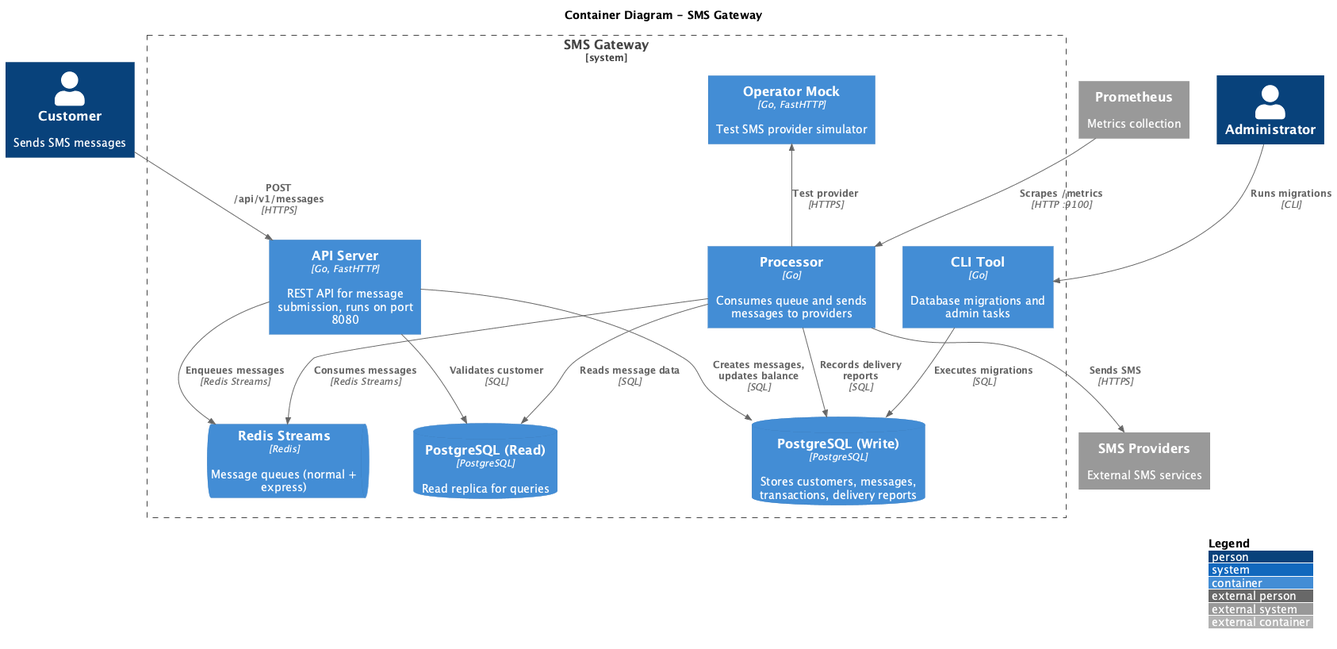
Above: docs/diagrams/02-container.png in nimasrn/sms-gateway (PlantUML), before the change.
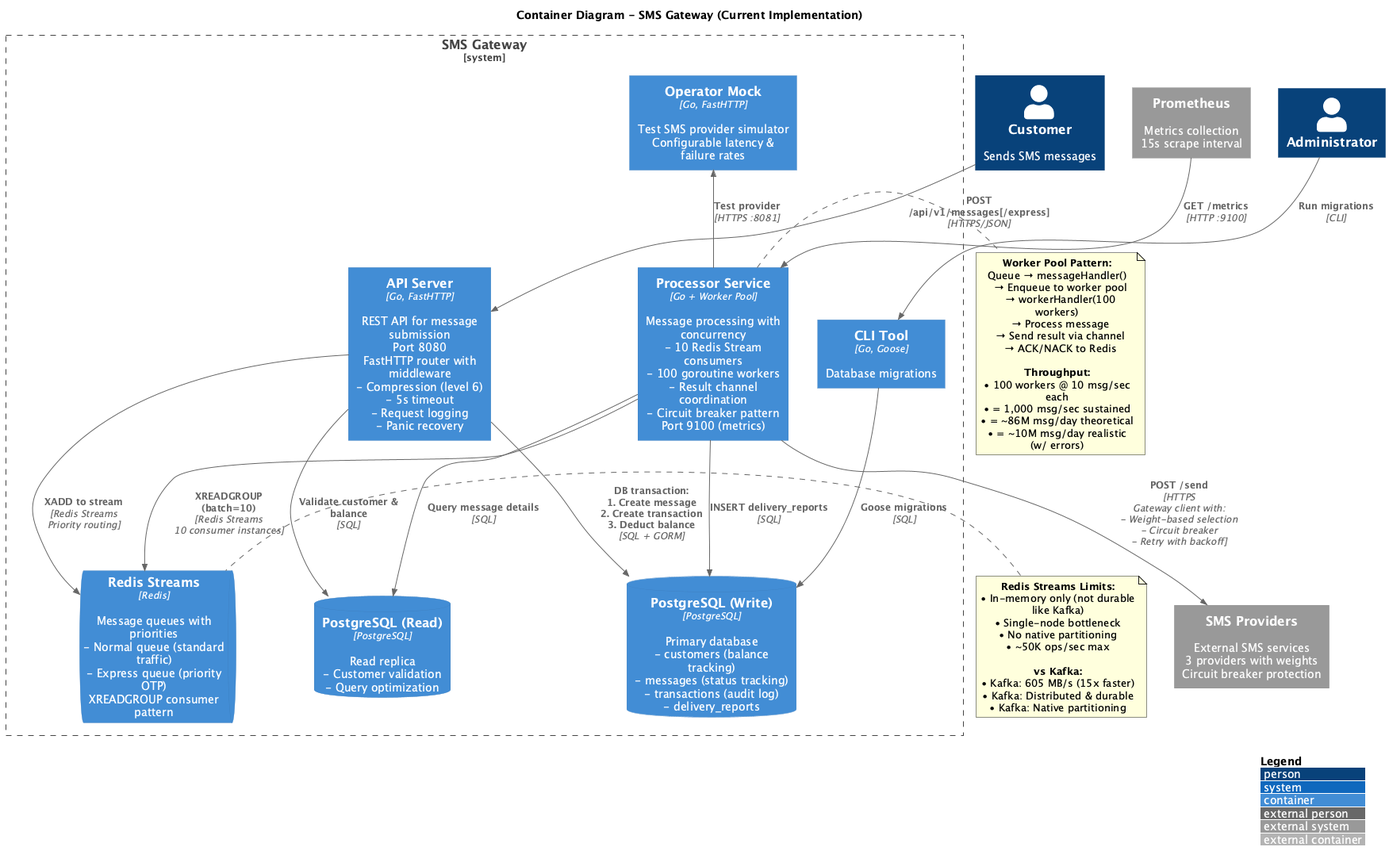
After the change.

What changed in the source:
```diff
@@ -3,40 +3,71 @@
 
 LAYOUT_WITH_LEGEND()
 
-title Container Diagram - SMS Gateway
+title Container Diagram - SMS Gateway (Current Implementation)
 
 Person(customer, "Customer", "Sends SMS messages")
 Person(admin, "Administrator")
 
 System_Boundary(sms_gateway, "SMS Gateway") {
-    Container(api_server, "API Server", "Go, FastHTTP", "REST API for message submission, runs on port 8080")
-    Container(processor, "Processor", "Go", "Consumes queue and sends messages to providers")
-    Container(cli, "CLI Tool", "Go", "Database migrations and admin tasks")
-    Container(operator_mock, "Operator Mock", "Go, FastHTTP", "Test SMS provider simulator")
+    Container(api_server, "API Server", "Go, FastHTTP", "REST API for message submission\nPort 8080\nFastHTTP router with middleware\n- Compression (level 6)\n- 5s timeout\n- Request logging\n- Panic recovery")
 
-    ContainerDb(postgres_write, "PostgreSQL (Write)", "PostgreSQL", "Stores customers, messages, transactions, delivery reports")
-    ContainerDb(postgres_read, "PostgreSQL (Read)", "PostgreSQL", "Read replica for queries")
-    ContainerQueue(redis, "Redis Streams", "Redis", "Message queues (normal + express)")
+    Container(processor, "Processor Service", "Go + Worker Pool", "Message processing with concurrency\n- 10 Redis Stream consumers\n- 100 goroutine workers\n- Result channel coordination\n- Circuit breaker pattern\nPort 9100 (metrics)")
+
+    Container(cli, "CLI Tool", "Go, Goose", "Database migrations")
+    Container(operator_mock, "Operator Mock", "Go, FastHTTP", "Test SMS provider simulator\nConfigurable latency & failure rates")
+
+    ContainerDb(postgres_write, "PostgreSQL (Write)", "PostgreSQL", "Primary database\n- customers (balance tracking)\n- messages (status tracking)\n- transactions (audit log)\n- delivery_reports")
+    ContainerDb(postgres_read, "PostgreSQL (Read)", "PostgreSQL", "Read replica\n- Customer validation\n- Query optimization")
+    ContainerQueue(redis, "Redis Streams", "Redis", "Message queues with priorities\n- Normal queue (standard traffic)\n- Express queue (priority OTP)\nXREADGROUP consumer pattern")
 }
 
-System_Ext(sms_providers, "SMS Providers", "External SMS services")
-System_Ext(prometheus, "Prometheus", "Metrics collection")
+System_Ext(sms_providers, "SMS Providers", "External SMS services\n3 providers with weights\nCircuit breaker protection")
+System_Ext(prometheus, "Prometheus", "Metrics collection\n15s scrape interval")
 
-Rel(customer, api_server, "POST /api/v1/messages", "HTTPS")
-Rel(api_server, postgres_write, "Creates messages, updates balance", "SQL")
-Rel(api_server, postgres_read, "Validates customer", "SQL")
-Rel(api_server, redis, "Enqueues messages", "Redis Streams")
+Rel(customer, api_server, "POST /api/v1/messages[/express]", "HTTPS/JSON")
+Rel(api_server, postgres_write, "DB transaction:\n1. Create message\n2. Create transaction\n3. Deduct balance", "SQL + GORM")
+Rel(api_server, postgres_read, "Validate customer & balance", "SQL")
+Rel(api_server, redis, "XADD to stream", "Redis Streams\nPriority routing")
 
-Rel(processor, redis, "Consumes messages", "Redis Streams")
-Rel(processor, postgres_write, "Records delivery reports", "SQL")
-Rel(processor, postgres_read, "Reads message data", "SQL")
-Rel(processor, sms_providers, "Sends SMS", "HTTPS")
+Rel(processor, redis, "XREADGROUP (batch=10)", "Redis Streams\n10 consumer instances")
+Rel(processor, postgres_write, "INSERT delivery_reports", "SQL")
+Rel(processor, postgres_read, "Query message details", "SQL")
+Rel(processor, sms_providers, "POST /send", "HTTPS\nGateway client with:\n- Weight-based selection\n- Circuit breaker\n- Retry with backoff")
 
-Rel(admin, cli, "Runs migrations", "CLI")
-Rel(cli, postgres_write, "Executes migrations", "SQL")
+Rel(admin, cli, "Run migrations", "CLI")
+Rel(cli, postgres_write, "Goose migrations", "SQL")
 
-Rel(prometheus, processor, "Scrapes /metrics", "HTTP :9100")
+Rel(prometheus, processor, "GET /metrics", "HTTP :9100")
 
-Rel_Back(operator_mock, processor, "Test provider", "HTTPS")
+Rel_Back(operator_mock, processor, "Test provider", "HTTPS :8081")
+
+note right of processor
+  **Worker Pool Pattern:**
+  Queue → messageHandler()
+    → Enqueue to worker pool
+    → workerHandler(100 workers)
+    → Process message
+    → Send result via channel
+    → ACK/NACK to Redis
+
+  **Throughput:**
+  • 100 workers @ 10 msg/sec each
+  • = 1,000 msg/sec sustained
+  • = ~86M msg/day theoretical
+  • = ~10M msg/day realistic (w/ errors)
+end note
+
+note left of redis
+  **Redis Streams Limits:**
+  • In-memory only (not durable like Kafka)
+  • Single-node bottleneck
+  • No native partitioning
+  • ~50K ops/sec max
+
+  **vs Kafka:**
+  • Kafka: 605 MB/s (15x faster)
+  • Kafka: Distributed & durable
+  • Kafka: Native partitioning
+end note
 
 @enduml
```
